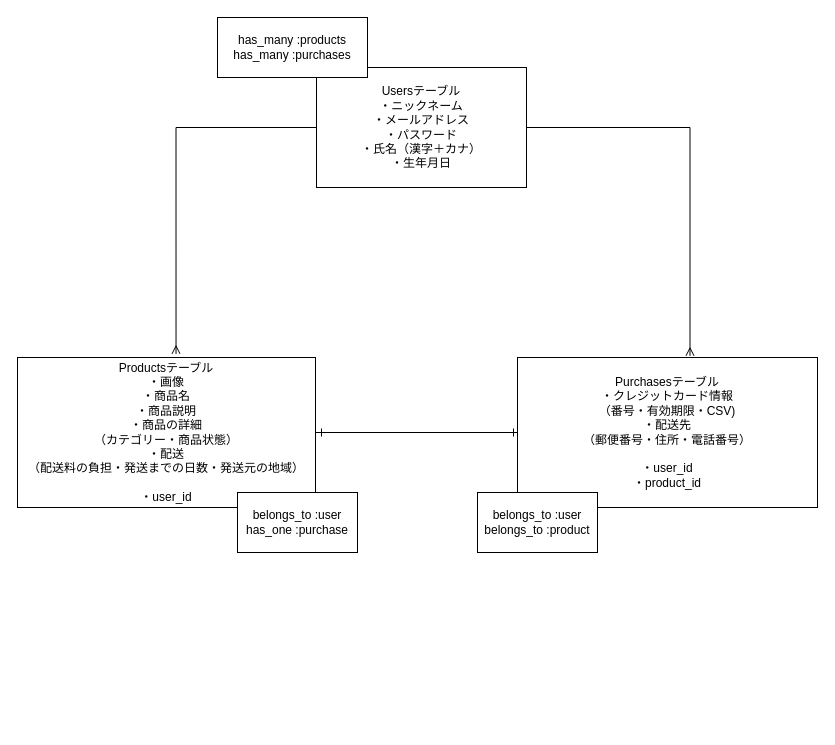
Above: page "table" (2 of 2) of er.dio in k-ske/furima-29079 (draw.io), before the change. Source tidied: cells renumbered, new cells numbered last; positions are measured from the earlier drawing's top-left corner, leaving out a move shared by most shapes. Both pictures are drawn from the tidied source at 100%, with x=0, y=0 at pixel (17, 17).
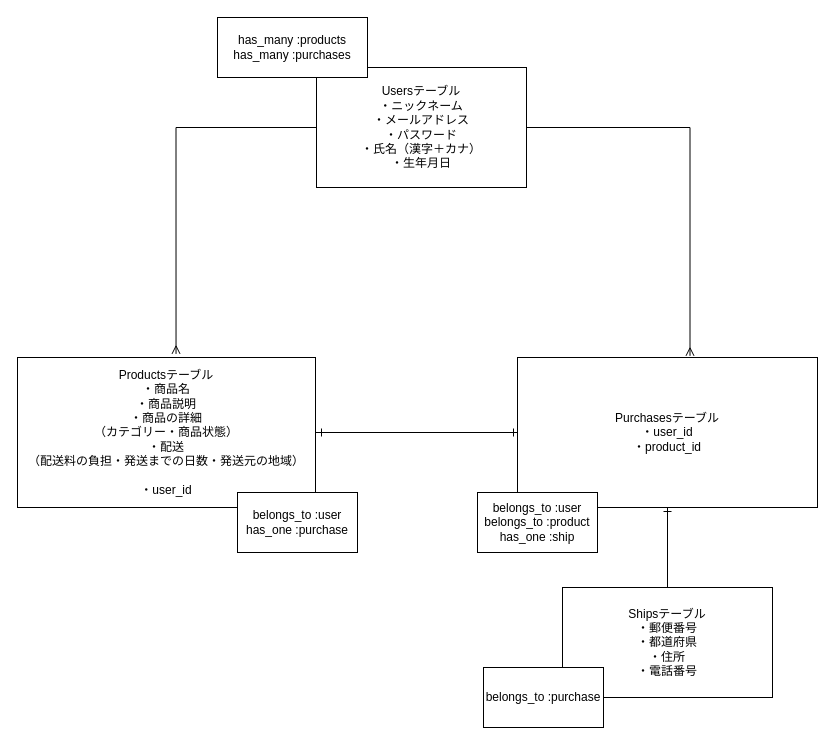
After the change.

Change to the diagram source:
```diff
@@
 <mxGraphModel>
   <root>
     <mxCell id="0" />
     <mxCell id="1" parent="0" />
     <mxCell id="2" style="edgeStyle=orthogonalEdgeStyle;rounded=0;jettySize=auto;html=1;exitX=0;exitY=0.5;exitDx=0;exitDy=0;backgroundOutline=0;endArrow=ERmany;endFill=1;entryX=0.532;entryY=-0.024;entryDx=0;entryDy=0;entryPerimeter=0;" parent="1" edge="1" source="4" target="6">
       <mxGeometry relative="1" as="geometry" />
     </mxCell>
     <mxCell id="3" style="edgeStyle=orthogonalEdgeStyle;rounded=0;jettySize=auto;html=1;endArrow=ERmany;endFill=0;entryX=0.575;entryY=-0.011;entryDx=0;entryDy=0;entryPerimeter=0;" parent="1" edge="1" source="4" target="8">
       <mxGeometry relative="1" as="geometry">
         <Array as="points">
           <mxPoint x="673" y="110" />
         </Array>
       </mxGeometry>
     </mxCell>
     <mxCell id="4" value="Usersテーブル&lt;br&gt;・ニックネーム&lt;br&gt;・メールアドレス&lt;br&gt;・パスワード&lt;br&gt;・氏名（漢字＋カナ）&lt;br&gt;・生年月日" style="whiteSpace=wrap;html=1;" parent="1" vertex="1">
       <mxGeometry x="299" y="50" width="210" height="120" as="geometry" />
     </mxCell>
     <mxCell id="5" style="edgeStyle=orthogonalEdgeStyle;rounded=0;jettySize=auto;html=1;endArrow=ERone;endFill=0;entryX=0;entryY=0.5;entryDx=0;entryDy=0;" parent="1" edge="1" source="6" target="8">
       <mxGeometry relative="1" as="geometry" />
     </mxCell>
-    <mxCell id="6" value="Productsテーブル&lt;br&gt;・画像&lt;br&gt;・商品名&lt;br&gt;・商品説明&lt;br&gt;・商品の詳細&lt;br&gt;（カテゴリー・商品状態）&lt;br&gt;・配送&lt;br&gt;（配送料の負担・発送までの日数・発送元の地域）&lt;br&gt;&lt;br&gt;・user_id" style="whiteSpace=wrap;html=1;" parent="1" vertex="1">
+    <mxCell id="6" value="Productsテーブル&lt;br&gt;・商品名&lt;br&gt;・商品説明&lt;br&gt;・商品の詳細&lt;br&gt;（カテゴリー・商品状態）&lt;br&gt;・配送&lt;br&gt;（配送料の負担・発送までの日数・発送元の地域）&lt;br&gt;&lt;br&gt;・user_id" style="whiteSpace=wrap;html=1;" parent="1" vertex="1">
       <mxGeometry y="340" width="298" height="150" as="geometry" />
     </mxCell>
     <mxCell id="7" style="edgeStyle=orthogonalEdgeStyle;rounded=0;jettySize=auto;html=1;endArrow=ERone;endFill=0;" parent="1" edge="1" source="8">
       <mxGeometry relative="1" as="geometry">
         <mxPoint x="300" y="415" as="targetPoint" />
         <Array as="points">
           <mxPoint x="460" y="415" />
           <mxPoint x="460" y="415" />
         </Array>
       </mxGeometry>
     </mxCell>
-    <mxCell id="8" value="Purchasesテーブル&lt;br&gt;・クレジットカード情報&lt;br&gt;（番号・有効期限・CSV)&lt;br&gt;・配送先&lt;br&gt;（郵便番号・住所・電話番号）&lt;br&gt;&lt;br&gt;・user_id&lt;br&gt;・product_id" style="whiteSpace=wrap;html=1;" parent="1" vertex="1">
+    <mxCell id="8" value="Purchasesテーブル&lt;br&gt;・user_id&lt;br&gt;・product_id" style="whiteSpace=wrap;html=1;" parent="1" vertex="1">
       <mxGeometry x="500" y="340" width="300" height="150" as="geometry" />
     </mxCell>
     <mxCell id="9" value="has_many :products&lt;br&gt;has_many :purchases" style="whiteSpace=wrap;html=1;" parent="1" vertex="1">
       <mxGeometry x="200" width="150" height="60" as="geometry" />
     </mxCell>
-    <mxCell id="10" value="belongs_to :user&lt;br&gt;belongs_to :product" style="whiteSpace=wrap;html=1;" parent="1" vertex="1">
+    <mxCell id="10" value="belongs_to :user&lt;br&gt;belongs_to :product&lt;br&gt;has_one :ship" style="whiteSpace=wrap;html=1;" parent="1" vertex="1">
       <mxGeometry x="460" y="475" width="120" height="60" as="geometry" />
     </mxCell>
     <mxCell id="11" value="belongs_to :user&lt;br&gt;has_one :purchase" style="whiteSpace=wrap;html=1;" parent="1" vertex="1">
       <mxGeometry x="220" y="475" width="120" height="60" as="geometry" />
     </mxCell>
+    <mxCell id="12" style="edgeStyle=orthogonalEdgeStyle;rounded=0;jettySize=auto;html=1;entryX=0.5;entryY=1;entryDx=0;entryDy=0;endArrow=ERone;endFill=0;" parent="1" edge="1" source="13" target="8">
+      <mxGeometry relative="1" as="geometry" />
+    </mxCell>
+    <mxCell id="13" value="Shipsテーブル&lt;br&gt;・郵便番号&lt;br&gt;・都道府県&lt;br&gt;・住所&lt;br&gt;・電話番号" style="whiteSpace=wrap;html=1;" parent="1" vertex="1">
+      <mxGeometry x="545" y="570" width="210" height="110" as="geometry" />
+    </mxCell>
+    <mxCell id="14" value="belongs_to :purchase" style="whiteSpace=wrap;html=1;" parent="1" vertex="1">
+      <mxGeometry x="466" y="650" width="120" height="60" as="geometry" />
+    </mxCell>
   </root>
 </mxGraphModel>
```
